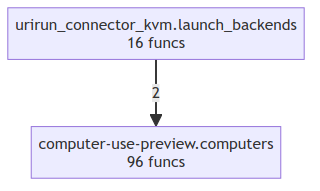
Before: project/compact_flow.png, a diagram exported from Mermaid (if-uri/urirun-connector-kvm). Its source is kept beside it as project/compact_flow.mmd.
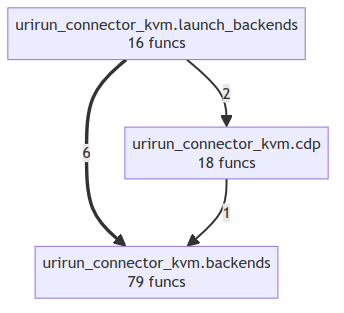
The same diagram one commit later.

What changed in the source:
```diff
@@ -1,4 +1,7 @@
 flowchart TD
-    computer_use_preview__computers["computer-use-preview.computers<br/>96 funcs"]
+    urirun_connector_kvm__backends["urirun_connector_kvm.backends<br/>79 funcs"]
+    urirun_connector_kvm__cdp["urirun_connector_kvm.cdp<br/>18 funcs"]
     urirun_connector_kvm__launch_backends["urirun_connector_kvm.launch_backends<br/>16 funcs"]
-    urirun_connector_kvm__launch_backends -->|2| computer_use_preview__computers
+    urirun_connector_kvm__launch_backends ==>|6| urirun_connector_kvm__backends
+    urirun_connector_kvm__launch_backends -->|2| urirun_connector_kvm__cdp
+    urirun_connector_kvm__cdp -->|1| urirun_connector_kvm__backends
```
